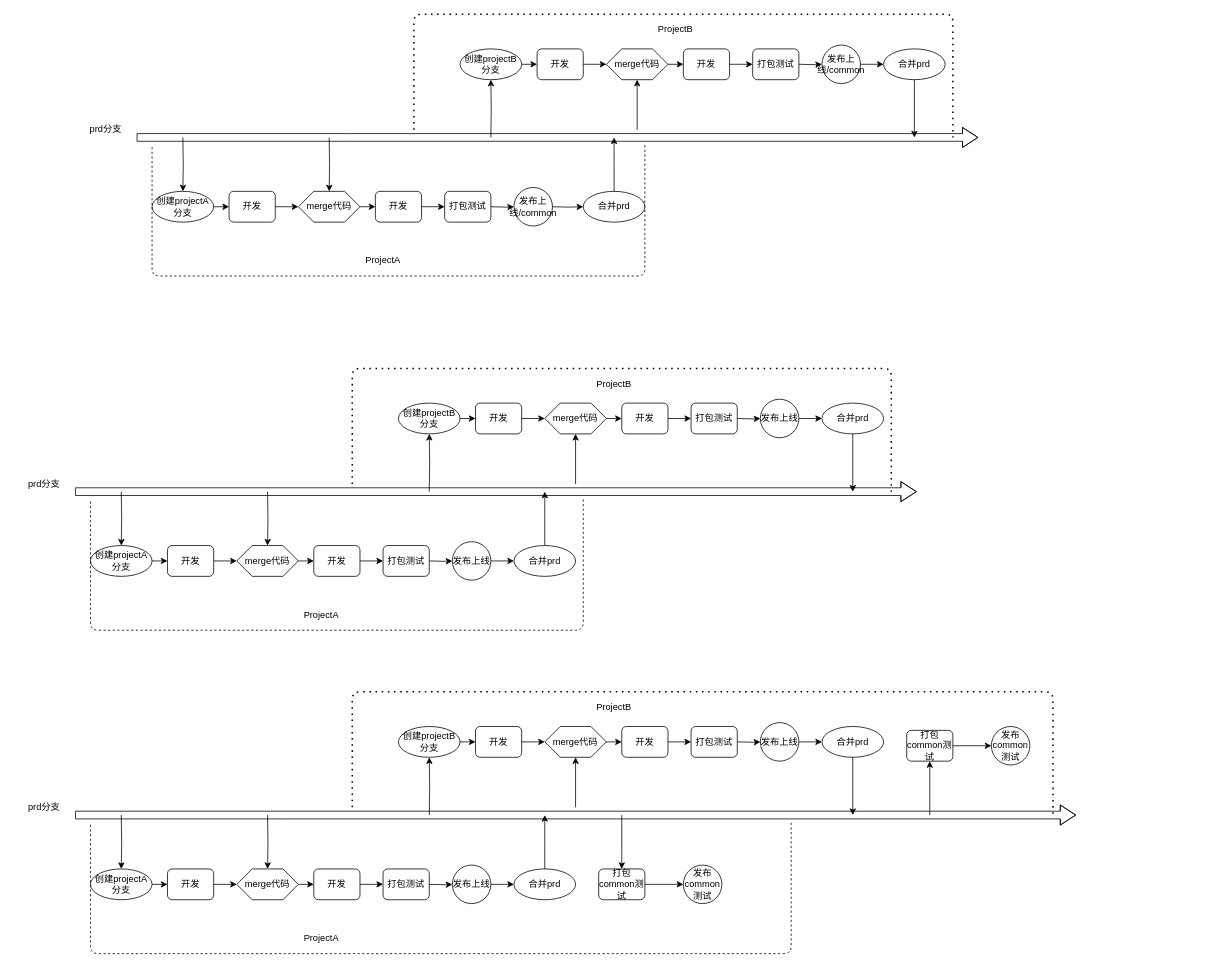
RalapZ/golearn keeps this draw.io diagram as Untitled Diagram.drawio. Above is the earlier version. Source tidied: cells renumbered, new cells numbered last; positions are measured from the earlier drawing's top-left corner, leaving out a move shared by most shapes. Both pictures are drawn from the tidied source at 77%, with x=0, y=0 at pixel (13, 14).
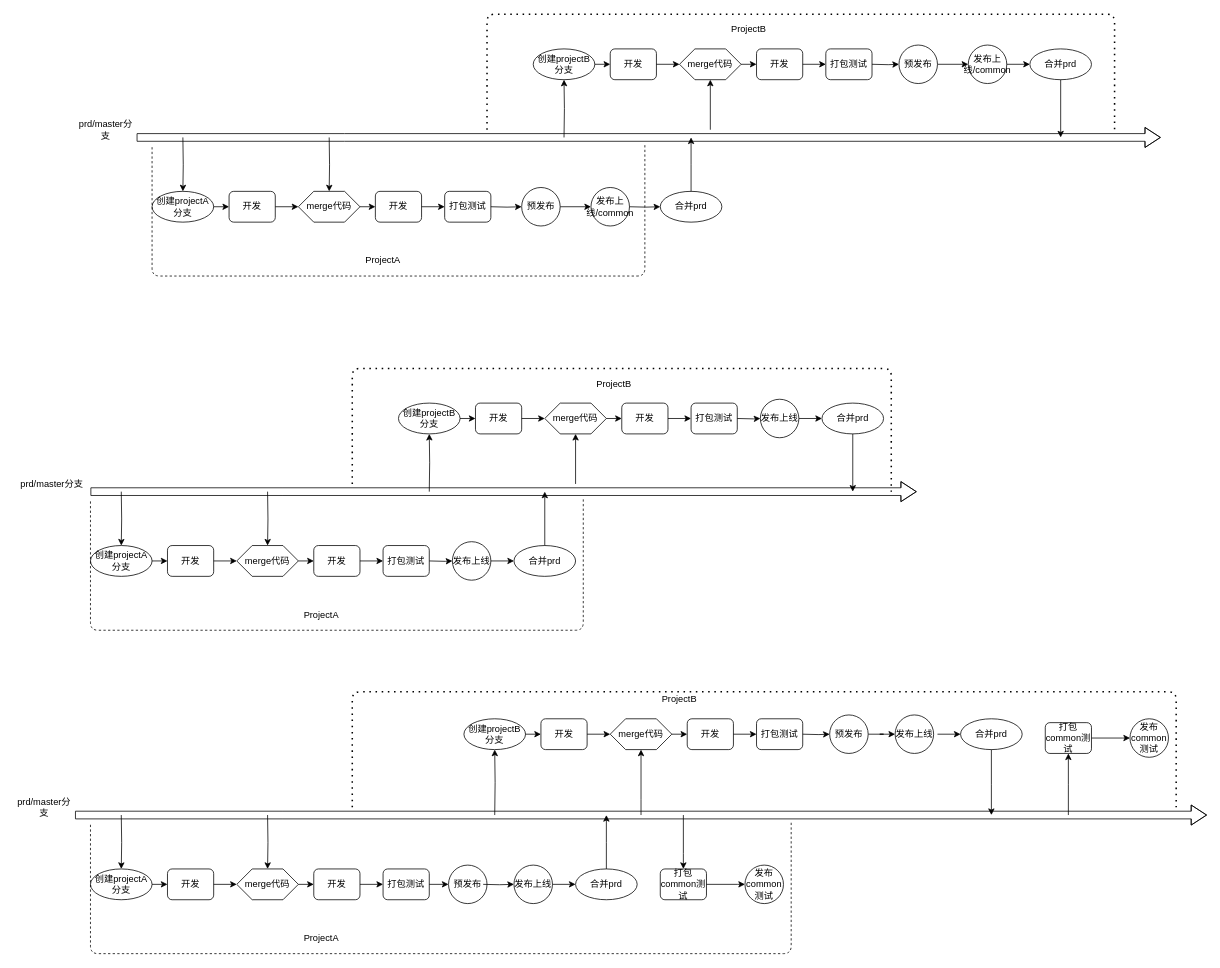
After the change.

The edit, as a diff of the source:
```diff
@@
-    <mxCell id="4" value="prd分支" style="text;html=1;strokeColor=none;fillColor=none;align=center;verticalAlign=middle;whiteSpace=wrap;rounded=0;" parent="1" vertex="1">
-      <mxGeometry y="600" width="80" height="20" as="geometry" />
+    <mxCell id="4" value="prd/master分支" style="text;html=1;strokeColor=none;fillColor=none;align=center;verticalAlign=middle;whiteSpace=wrap;rounded=0;" parent="1" vertex="1">
+      <mxGeometry y="600" width="100" height="20" as="geometry" />
     </mxCell>
@@
     <mxCell id="40" style="edgeStyle=orthogonalEdgeStyle;rounded=0;html=1;jettySize=auto;shape=flexArrow;endWidth=15;endSize=6.33;" parent="1" edge="1" source="42">
       <mxGeometry relative="1" as="geometry">
-        <mxPoint x="1380" y="1040" as="targetPoint" />
+        <mxPoint x="1550" y="1040" as="targetPoint" />
         <Array as="points">
           <mxPoint x="350" y="1040" />
           <mxPoint x="350" y="1040" />
         </Array>
       </mxGeometry>
     </mxCell>
@@
-    <mxCell id="42" value="prd分支" style="text;html=1;strokeColor=none;fillColor=none;align=center;verticalAlign=middle;whiteSpace=wrap;rounded=0;" parent="1" vertex="1">
+    <mxCell id="42" value="prd/master分支" style="text;html=1;strokeColor=none;fillColor=none;align=center;verticalAlign=middle;whiteSpace=wrap;rounded=0;" parent="1" vertex="1">
       <mxGeometry y="1020" width="80" height="20" as="geometry" />
     </mxCell>
@@
     <mxCell id="52" value="发布上线" style="ellipse;whiteSpace=wrap;html=1;" parent="1" vertex="1">
-      <mxGeometry x="570" y="1105" width="50" height="50" as="geometry" />
+      <mxGeometry x="650" y="1105" width="50" height="50" as="geometry" />
     </mxCell>
     <mxCell id="53" value="合并prd" style="ellipse;whiteSpace=wrap;html=1;" parent="1" vertex="1">
-      <mxGeometry x="650" y="1110" width="80" height="40" as="geometry" />
+      <mxGeometry x="730" y="1110" width="80" height="40" as="geometry" />
     </mxCell>
@@
-    <mxCell id="55" style="edgeStyle=orthogonalEdgeStyle;rounded=0;html=1;jettySize=auto;" parent="1" edge="1" target="52">
+    <mxCell id="55" style="edgeStyle=orthogonalEdgeStyle;rounded=0;html=1;jettySize=auto;entryX=0;entryY=0.5;entryDx=0;entryDy=0;" parent="1" edge="1" target="124">
       <mxGeometry relative="1" as="geometry">
         <mxPoint x="540" y="1130" as="sourcePoint" />
       </mxGeometry>
     </mxCell>
     <mxCell id="56" style="edgeStyle=orthogonalEdgeStyle;rounded=0;html=1;jettySize=auto;entryX=0;entryY=0.5;entryDx=0;entryDy=0;" parent="1" edge="1" target="53">
       <mxGeometry relative="1" as="geometry">
-        <mxPoint x="620" y="1130" as="sourcePoint" />
+        <mxPoint x="700" y="1130" as="sourcePoint" />
       </mxGeometry>
     </mxCell>
@@
     <mxCell id="59" style="edgeStyle=orthogonalEdgeStyle;rounded=0;html=1;jettySize=auto;exitX=0.5;exitY=0;exitDx=0;exitDy=0;" parent="1" edge="1" source="53">
       <mxGeometry relative="1" as="geometry">
-        <mxPoint x="690" y="1040" as="targetPoint" />
+        <mxPoint x="770" y="1040" as="targetPoint" />
       </mxGeometry>
     </mxCell>
     <mxCell id="60" value="创建projectB分支" style="ellipse;whiteSpace=wrap;html=1;" parent="1" vertex="1">
-      <mxGeometry x="500" y="925" width="80" height="40" as="geometry" />
+      <mxGeometry x="585" y="915" width="80" height="40" as="geometry" />
     </mxCell>
     <mxCell id="61" value="开发" style="rounded=1;whiteSpace=wrap;html=1;" parent="1" vertex="1">
-      <mxGeometry x="600" y="925" width="60" height="40" as="geometry" />
+      <mxGeometry x="685" y="915" width="60" height="40" as="geometry" />
     </mxCell>
     <mxCell id="62" value="merge代码" style="shape=hexagon;perimeter=hexagonPerimeter2;whiteSpace=wrap;html=1;fixedSize=1;" parent="1" vertex="1">
-      <mxGeometry x="690" y="925" width="80" height="40" as="geometry" />
+      <mxGeometry x="775" y="915" width="80" height="40" as="geometry" />
     </mxCell>
     <mxCell id="63" style="edgeStyle=orthogonalEdgeStyle;rounded=0;html=1;jettySize=auto;exitX=1;exitY=0.5;exitDx=0;exitDy=0;" parent="1" edge="1" source="60">
       <mxGeometry relative="1" as="geometry">
-        <mxPoint x="600" y="945" as="targetPoint" />
+        <mxPoint x="685" y="935" as="targetPoint" />
       </mxGeometry>
     </mxCell>
     <mxCell id="64" style="edgeStyle=orthogonalEdgeStyle;rounded=0;html=1;jettySize=auto;exitX=1;exitY=0.5;exitDx=0;exitDy=0;" parent="1" edge="1" source="61">
       <mxGeometry relative="1" as="geometry">
-        <mxPoint x="690" y="945" as="targetPoint" />
+        <mxPoint x="775" y="935" as="targetPoint" />
       </mxGeometry>
     </mxCell>
     <mxCell id="65" value="开发" style="rounded=1;whiteSpace=wrap;html=1;" parent="1" vertex="1">
-      <mxGeometry x="790" y="925" width="60" height="40" as="geometry" />
+      <mxGeometry x="875" y="915" width="60" height="40" as="geometry" />
     </mxCell>
     <mxCell id="66" style="edgeStyle=orthogonalEdgeStyle;rounded=0;html=1;jettySize=auto;exitX=1;exitY=0.5;exitDx=0;exitDy=0;" parent="1" edge="1" source="62">
       <mxGeometry relative="1" as="geometry">
-        <mxPoint x="790" y="945" as="targetPoint" />
+        <mxPoint x="875" y="935" as="targetPoint" />
       </mxGeometry>
     </mxCell>
     <mxCell id="67" value="打包测试" style="rounded=1;whiteSpace=wrap;html=1;" parent="1" vertex="1">
-      <mxGeometry x="880" y="925" width="60" height="40" as="geometry" />
+      <mxGeometry x="965" y="915" width="60" height="40" as="geometry" />
     </mxCell>
     <mxCell id="68" value="发布上线" style="ellipse;whiteSpace=wrap;html=1;" parent="1" vertex="1">
-      <mxGeometry x="970" y="920" width="50" height="50" as="geometry" />
+      <mxGeometry x="1145" y="910" width="50" height="50" as="geometry" />
     </mxCell>
     <mxCell id="69" value="合并prd" style="ellipse;whiteSpace=wrap;html=1;" parent="1" vertex="1">
-      <mxGeometry x="1050" y="925" width="80" height="40" as="geometry" />
+      <mxGeometry x="1230" y="915" width="80" height="40" as="geometry" />
     </mxCell>
@@
-    <mxCell id="71" style="edgeStyle=orthogonalEdgeStyle;rounded=0;html=1;jettySize=auto;" parent="1" edge="1" target="68">
-      <mxGeometry relative="1" as="geometry">
-        <mxPoint x="940" y="945" as="sourcePoint" />
-      </mxGeometry>
+    <mxCell id="71" style="edgeStyle=orthogonalEdgeStyle;rounded=0;html=1;jettySize=auto;" parent="1" edge="1" source="126" target="68">
+      <mxGeometry relative="1" as="geometry" />
     </mxCell>
     <mxCell id="72" style="edgeStyle=orthogonalEdgeStyle;rounded=0;html=1;jettySize=auto;entryX=0;entryY=0.5;entryDx=0;entryDy=0;" parent="1" edge="1" target="69">
       <mxGeometry relative="1" as="geometry">
-        <mxPoint x="1020" y="945" as="sourcePoint" />
+        <mxPoint x="1200" y="935" as="sourcePoint" />
       </mxGeometry>
     </mxCell>
     <mxCell id="73" style="endArrow=none;dashed=1;html=1;dashPattern=1 3;strokeWidth=2;" parent="1" edge="1">
       <mxGeometry relative="1" as="geometry">
         <mxPoint x="440" y="1030" as="sourcePoint" />
-        <mxPoint x="1350" y="1040" as="targetPoint" />
+        <mxPoint x="1510" y="1030" as="targetPoint" />
         <Array as="points">
           <mxPoint x="440" y="880" />
           <mxPoint x="800" y="880" />
           <mxPoint x="1350" y="880" />
-          <mxPoint x="1350" y="960" />
+          <mxPoint x="1510" y="880" />
         </Array>
       </mxGeometry>
     </mxCell>
     <mxCell id="74" value="ProjectB" style="text;html=1;strokeColor=none;fillColor=none;align=center;verticalAlign=middle;whiteSpace=wrap;rounded=0;" parent="1" vertex="1">
-      <mxGeometry x="760" y="890" width="40" height="20" as="geometry" />
+      <mxGeometry x="845" y="880" width="40" height="20" as="geometry" />
     </mxCell>
     <mxCell id="75" style="edgeStyle=orthogonalEdgeStyle;rounded=0;html=1;jettySize=auto;entryX=0.5;entryY=1;entryDx=0;entryDy=0;" parent="1" edge="1" target="60">
       <mxGeometry relative="1" as="geometry">
-        <mxPoint x="540" y="1040" as="sourcePoint" />
+        <mxPoint x="625" y="1040" as="sourcePoint" />
       </mxGeometry>
     </mxCell>
     <mxCell id="76" style="edgeStyle=orthogonalEdgeStyle;rounded=0;html=1;jettySize=auto;entryX=0.5;entryY=1;entryDx=0;entryDy=0;" parent="1" edge="1" target="62">
       <mxGeometry relative="1" as="geometry">
-        <mxPoint x="730" y="1030" as="sourcePoint" />
+        <mxPoint x="815" y="1040" as="sourcePoint" />
         <Array as="points">
-          <mxPoint x="730" y="1030" />
+          <mxPoint x="815" y="1020" />
         </Array>
       </mxGeometry>
     </mxCell>
     <mxCell id="77" style="edgeStyle=orthogonalEdgeStyle;rounded=0;html=1;jettySize=auto;exitX=0.5;exitY=1;exitDx=0;exitDy=0;" parent="1" edge="1" source="69">
       <mxGeometry relative="1" as="geometry">
-        <mxPoint x="1090" y="1040" as="targetPoint" />
+        <mxPoint x="1270" y="1040" as="targetPoint" />
         <Array as="points">
-          <mxPoint x="1090" y="1040" />
+          <mxPoint x="1270" y="1000" />
+          <mxPoint x="1270" y="1000" />
         </Array>
       </mxGeometry>
     </mxCell>
     <mxCell id="78" value="打包common测试" style="rounded=1;whiteSpace=wrap;html=1;" parent="1" vertex="1">
-      <mxGeometry x="760" y="1110" width="60" height="40" as="geometry" />
+      <mxGeometry x="840" y="1110" width="60" height="40" as="geometry" />
     </mxCell>
     <mxCell id="79" value="发布common测试" style="ellipse;whiteSpace=wrap;html=1;" parent="1" vertex="1">
-      <mxGeometry x="870" y="1105" width="50" height="50" as="geometry" />
+      <mxGeometry x="950" y="1105" width="50" height="50" as="geometry" />
     </mxCell>
     <mxCell id="80" style="edgeStyle=orthogonalEdgeStyle;rounded=0;html=1;jettySize=auto;entryX=0.5;entryY=0;entryDx=0;entryDy=0;" parent="1" edge="1" target="78">
       <mxGeometry relative="1" as="geometry">
-        <mxPoint x="790" y="1040" as="sourcePoint" />
+        <mxPoint x="870" y="1040" as="sourcePoint" />
         <Array as="points">
-          <mxPoint x="790" y="1090" />
-          <mxPoint x="790" y="1090" />
+          <mxPoint x="870" y="1090" />
+          <mxPoint x="870" y="1090" />
         </Array>
       </mxGeometry>
     </mxCell>
     <mxCell id="81" style="edgeStyle=orthogonalEdgeStyle;rounded=0;html=1;jettySize=auto;entryX=0;entryY=0.5;entryDx=0;entryDy=0;exitX=1;exitY=0.5;exitDx=0;exitDy=0;" parent="1" edge="1" source="78" target="79">
       <mxGeometry relative="1" as="geometry">
         <Array as="points">
-          <mxPoint x="860" y="1130" />
-          <mxPoint x="860" y="1130" />
+          <mxPoint x="940" y="1130" />
+          <mxPoint x="940" y="1130" />
         </Array>
       </mxGeometry>
     </mxCell>
     <mxCell id="82" value="打包common测试" style="rounded=1;whiteSpace=wrap;html=1;" parent="1" vertex="1">
-      <mxGeometry x="1160" y="930" width="60" height="40" as="geometry" />
+      <mxGeometry x="1340" y="920" width="60" height="40" as="geometry" />
     </mxCell>
     <mxCell id="83" value="发布common测试" style="ellipse;whiteSpace=wrap;html=1;" parent="1" vertex="1">
-      <mxGeometry x="1270" y="925" width="50" height="50" as="geometry" />
+      <mxGeometry x="1450" y="915" width="50" height="50" as="geometry" />
     </mxCell>
     <mxCell id="84" style="edgeStyle=orthogonalEdgeStyle;rounded=0;html=1;jettySize=auto;entryX=0;entryY=0.5;entryDx=0;entryDy=0;exitX=1;exitY=0.5;exitDx=0;exitDy=0;" parent="1" edge="1" source="82" target="83">
       <mxGeometry relative="1" as="geometry">
         <Array as="points">
-          <mxPoint x="1260" y="950" />
-          <mxPoint x="1260" y="950" />
+          <mxPoint x="1440" y="940" />
+          <mxPoint x="1440" y="940" />
         </Array>
       </mxGeometry>
     </mxCell>
     <mxCell id="85" style="edgeStyle=orthogonalEdgeStyle;rounded=0;html=1;jettySize=auto;entryX=0.5;entryY=1;entryDx=0;entryDy=0;" parent="1" edge="1" target="82">
       <mxGeometry relative="1" as="geometry">
-        <mxPoint x="1190" y="1040" as="sourcePoint" />
+        <mxPoint x="1370" y="1040" as="sourcePoint" />
         <Array as="points">
-          <mxPoint x="1190" y="1040" />
+          <mxPoint x="1370" y="1000" />
+          <mxPoint x="1370" y="1000" />
         </Array>
       </mxGeometry>
     </mxCell>
     <mxCell id="86" style="edgeStyle=orthogonalEdgeStyle;rounded=0;html=1;jettySize=auto;shape=flexArrow;endWidth=15;endSize=6.33;" parent="1" edge="1" source="88">
       <mxGeometry relative="1" as="geometry">
-        <mxPoint x="1253" y="160" as="targetPoint" />
+        <mxPoint x="1490" y="160" as="targetPoint" />
         <Array as="points">
           <mxPoint x="430" y="160" />
           <mxPoint x="430" y="160" />
         </Array>
       </mxGeometry>
     </mxCell>
@@
-    <mxCell id="88" value="prd分支" style="text;html=1;strokeColor=none;fillColor=none;align=center;verticalAlign=middle;whiteSpace=wrap;rounded=0;" parent="1" vertex="1">
+    <mxCell id="88" value="prd/master分支" style="text;html=1;strokeColor=none;fillColor=none;align=center;verticalAlign=middle;whiteSpace=wrap;rounded=0;" parent="1" vertex="1">
       <mxGeometry x="80" y="140" width="80" height="20" as="geometry" />
     </mxCell>
@@
     <mxCell id="98" value="发布上线/common" style="ellipse;whiteSpace=wrap;html=1;" parent="1" vertex="1">
-      <mxGeometry x="650" y="225" width="50" height="50" as="geometry" />
+      <mxGeometry x="750" y="225" width="50" height="50" as="geometry" />
     </mxCell>
     <mxCell id="99" value="合并prd" style="ellipse;whiteSpace=wrap;html=1;" parent="1" vertex="1">
-      <mxGeometry x="740" y="230" width="80" height="40" as="geometry" />
+      <mxGeometry x="840" y="230" width="80" height="40" as="geometry" />
     </mxCell>
@@
-    <mxCell id="101" style="edgeStyle=orthogonalEdgeStyle;rounded=0;html=1;jettySize=auto;" parent="1" edge="1" target="98">
-      <mxGeometry relative="1" as="geometry">
-        <mxPoint x="620" y="250" as="sourcePoint" />
-      </mxGeometry>
+    <mxCell id="101" style="edgeStyle=orthogonalEdgeStyle;rounded=0;html=1;jettySize=auto;" parent="1" edge="1" source="128" target="98">
+      <mxGeometry relative="1" as="geometry" />
     </mxCell>
     <mxCell id="102" style="edgeStyle=orthogonalEdgeStyle;rounded=0;html=1;jettySize=auto;entryX=0;entryY=0.5;entryDx=0;entryDy=0;" parent="1" edge="1" target="99">
       <mxGeometry relative="1" as="geometry">
-        <mxPoint x="700" y="250" as="sourcePoint" />
+        <mxPoint x="800" y="250" as="sourcePoint" />
       </mxGeometry>
     </mxCell>
@@
     <mxCell id="105" style="edgeStyle=orthogonalEdgeStyle;rounded=0;html=1;jettySize=auto;exitX=0.5;exitY=0;exitDx=0;exitDy=0;" parent="1" edge="1" source="99">
       <mxGeometry relative="1" as="geometry">
-        <mxPoint x="780" y="160" as="targetPoint" />
+        <mxPoint x="880" y="160" as="targetPoint" />
       </mxGeometry>
     </mxCell>
     <mxCell id="106" value="创建projectB分支" style="ellipse;whiteSpace=wrap;html=1;" parent="1" vertex="1">
-      <mxGeometry x="580" y="45" width="80" height="40" as="geometry" />
+      <mxGeometry x="675" y="45" width="80" height="40" as="geometry" />
     </mxCell>
     <mxCell id="107" value="开发" style="rounded=1;whiteSpace=wrap;html=1;" parent="1" vertex="1">
-      <mxGeometry x="680" y="45" width="60" height="40" as="geometry" />
+      <mxGeometry x="775" y="45" width="60" height="40" as="geometry" />
     </mxCell>
     <mxCell id="108" value="merge代码" style="shape=hexagon;perimeter=hexagonPerimeter2;whiteSpace=wrap;html=1;fixedSize=1;" parent="1" vertex="1">
-      <mxGeometry x="770" y="45" width="80" height="40" as="geometry" />
+      <mxGeometry x="865" y="45" width="80" height="40" as="geometry" />
     </mxCell>
     <mxCell id="109" style="edgeStyle=orthogonalEdgeStyle;rounded=0;html=1;jettySize=auto;exitX=1;exitY=0.5;exitDx=0;exitDy=0;" parent="1" edge="1" source="106">
       <mxGeometry relative="1" as="geometry">
-        <mxPoint x="680" y="65" as="targetPoint" />
+        <mxPoint x="775" y="65" as="targetPoint" />
       </mxGeometry>
     </mxCell>
     <mxCell id="110" style="edgeStyle=orthogonalEdgeStyle;rounded=0;html=1;jettySize=auto;exitX=1;exitY=0.5;exitDx=0;exitDy=0;" parent="1" edge="1" source="107">
       <mxGeometry relative="1" as="geometry">
-        <mxPoint x="770" y="65" as="targetPoint" />
+        <mxPoint x="865" y="65" as="targetPoint" />
       </mxGeometry>
     </mxCell>
     <mxCell id="111" value="开发" style="rounded=1;whiteSpace=wrap;html=1;" parent="1" vertex="1">
-      <mxGeometry x="870" y="45" width="60" height="40" as="geometry" />
+      <mxGeometry x="965" y="45" width="60" height="40" as="geometry" />
     </mxCell>
     <mxCell id="112" style="edgeStyle=orthogonalEdgeStyle;rounded=0;html=1;jettySize=auto;exitX=1;exitY=0.5;exitDx=0;exitDy=0;" parent="1" edge="1" source="108">
       <mxGeometry relative="1" as="geometry">
-        <mxPoint x="870" y="65" as="targetPoint" />
+        <mxPoint x="965" y="65" as="targetPoint" />
       </mxGeometry>
     </mxCell>
     <mxCell id="113" value="打包测试" style="rounded=1;whiteSpace=wrap;html=1;" parent="1" vertex="1">
-      <mxGeometry x="960" y="45" width="60" height="40" as="geometry" />
+      <mxGeometry x="1055" y="45" width="60" height="40" as="geometry" />
     </mxCell>
     <mxCell id="114" value="发布上线/common" style="ellipse;whiteSpace=wrap;html=1;" parent="1" vertex="1">
-      <mxGeometry x="1050" y="40" width="50" height="50" as="geometry" />
+      <mxGeometry x="1240" y="40" width="50" height="50" as="geometry" />
     </mxCell>
     <mxCell id="115" value="合并prd" style="ellipse;whiteSpace=wrap;html=1;" parent="1" vertex="1">
-      <mxGeometry x="1130" y="45" width="80" height="40" as="geometry" />
+      <mxGeometry x="1320" y="45" width="80" height="40" as="geometry" />
     </mxCell>
@@
-    <mxCell id="117" style="edgeStyle=orthogonalEdgeStyle;rounded=0;html=1;jettySize=auto;" parent="1" edge="1" target="114">
-      <mxGeometry relative="1" as="geometry">
-        <mxPoint x="1020" y="65" as="sourcePoint" />
-      </mxGeometry>
+    <mxCell id="117" style="edgeStyle=orthogonalEdgeStyle;rounded=0;html=1;jettySize=auto;" parent="1" edge="1" source="130" target="114">
+      <mxGeometry relative="1" as="geometry" />
     </mxCell>
     <mxCell id="118" style="edgeStyle=orthogonalEdgeStyle;rounded=0;html=1;jettySize=auto;entryX=0;entryY=0.5;entryDx=0;entryDy=0;" parent="1" edge="1" target="115">
       <mxGeometry relative="1" as="geometry">
-        <mxPoint x="1100" y="65" as="sourcePoint" />
+        <mxPoint x="1290" y="65" as="sourcePoint" />
       </mxGeometry>
     </mxCell>
     <mxCell id="119" style="endArrow=none;dashed=1;html=1;dashPattern=1 3;strokeWidth=2;" parent="1" edge="1">
       <mxGeometry relative="1" as="geometry">
-        <mxPoint x="520" y="150" as="sourcePoint" />
-        <mxPoint x="1220" y="160" as="targetPoint" />
+        <mxPoint x="615" y="150" as="sourcePoint" />
+        <mxPoint x="1430" y="150" as="targetPoint" />
         <Array as="points">
-          <mxPoint x="520" />
-          <mxPoint x="880" />
-          <mxPoint x="1220" />
+          <mxPoint x="615" />
+          <mxPoint x="975" />
+          <mxPoint x="1430" />
+          <mxPoint x="1430" y="80" />
         </Array>
       </mxGeometry>
     </mxCell>
     <mxCell id="120" value="ProjectB" style="text;html=1;strokeColor=none;fillColor=none;align=center;verticalAlign=middle;whiteSpace=wrap;rounded=0;" parent="1" vertex="1">
-      <mxGeometry x="840" y="10" width="40" height="20" as="geometry" />
+      <mxGeometry x="935" y="10" width="40" height="20" as="geometry" />
     </mxCell>
     <mxCell id="121" style="edgeStyle=orthogonalEdgeStyle;rounded=0;html=1;jettySize=auto;entryX=0.5;entryY=1;entryDx=0;entryDy=0;" parent="1" edge="1" target="106">
       <mxGeometry relative="1" as="geometry">
-        <mxPoint x="620" y="160" as="sourcePoint" />
+        <mxPoint x="715" y="160" as="sourcePoint" />
       </mxGeometry>
     </mxCell>
     <mxCell id="122" style="edgeStyle=orthogonalEdgeStyle;rounded=0;html=1;jettySize=auto;entryX=0.5;entryY=1;entryDx=0;entryDy=0;" parent="1" edge="1" target="108">
       <mxGeometry relative="1" as="geometry">
-        <mxPoint x="810" y="150" as="sourcePoint" />
+        <mxPoint x="905" y="150" as="sourcePoint" />
         <Array as="points">
-          <mxPoint x="810" y="150" />
+          <mxPoint x="905" y="150" />
         </Array>
       </mxGeometry>
     </mxCell>
     <mxCell id="123" style="edgeStyle=orthogonalEdgeStyle;rounded=0;html=1;jettySize=auto;exitX=0.5;exitY=1;exitDx=0;exitDy=0;" parent="1" edge="1" source="115">
       <mxGeometry relative="1" as="geometry">
-        <mxPoint x="1170" y="160" as="targetPoint" />
+        <mxPoint x="1360" y="160" as="targetPoint" />
         <Array as="points">
-          <mxPoint x="1170" y="160" />
+          <mxPoint x="1360" y="160" />
         </Array>
       </mxGeometry>
     </mxCell>
+    <mxCell id="124" value="预发布" style="ellipse;whiteSpace=wrap;html=1;" parent="1" vertex="1">
+      <mxGeometry x="565" y="1105" width="50" height="50" as="geometry" />
+    </mxCell>
+    <mxCell id="125" style="edgeStyle=orthogonalEdgeStyle;rounded=0;html=1;jettySize=auto;entryX=0;entryY=0.5;entryDx=0;entryDy=0;" parent="1" edge="1" target="52">
+      <mxGeometry relative="1" as="geometry">
+        <mxPoint x="610" y="1130" as="sourcePoint" />
+      </mxGeometry>
+    </mxCell>
+    <mxCell id="126" value="预发布" style="ellipse;whiteSpace=wrap;html=1;" parent="1" vertex="1">
+      <mxGeometry x="1060" y="910" width="50" height="50" as="geometry" />
+    </mxCell>
+    <mxCell id="127" style="edgeStyle=orthogonalEdgeStyle;rounded=0;html=1;jettySize=auto;" parent="1" edge="1" target="126">
+      <mxGeometry relative="1" as="geometry">
+        <mxPoint x="1025" y="935" as="sourcePoint" />
+      </mxGeometry>
+    </mxCell>
+    <mxCell id="128" value="预发布" style="ellipse;whiteSpace=wrap;html=1;" parent="1" vertex="1">
+      <mxGeometry x="660" y="225" width="50" height="50" as="geometry" />
+    </mxCell>
+    <mxCell id="129" style="edgeStyle=orthogonalEdgeStyle;rounded=0;html=1;jettySize=auto;" parent="1" edge="1" target="128">
+      <mxGeometry relative="1" as="geometry">
+        <mxPoint x="620" y="250" as="sourcePoint" />
+      </mxGeometry>
+    </mxCell>
+    <mxCell id="130" value="预发布" style="ellipse;whiteSpace=wrap;html=1;" parent="1" vertex="1">
+      <mxGeometry x="1150" y="40" width="50" height="50" as="geometry" />
+    </mxCell>
+    <mxCell id="131" style="edgeStyle=orthogonalEdgeStyle;rounded=0;html=1;jettySize=auto;" parent="1" edge="1" target="130">
+      <mxGeometry relative="1" as="geometry">
+        <mxPoint x="1115" y="65" as="sourcePoint" />
+      </mxGeometry>
+    </mxCell>
```
